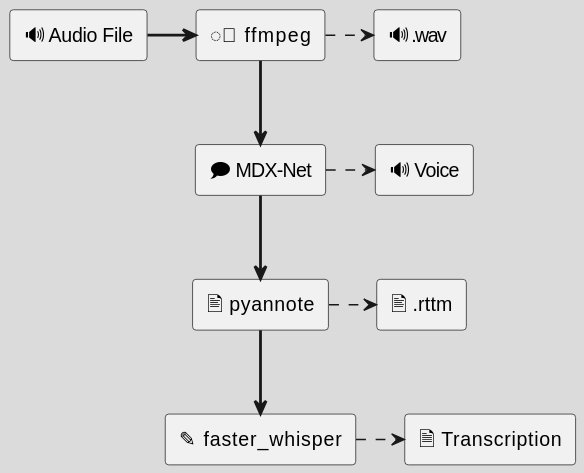
Earlier version of the PlantUML export doc/img/Architecture.svg (gaspardpetit/verbatim). The source it was exported from:
```plantuml
@startuml
skinparam classFontName Calibri
skinparam backgroundColor #D0D0D080

rectangle "🔊 Audio File" as AudioFile
rectangle "◌⃯ ffmpeg" as Conversion
rectangle "🗩 MDX-Net" as VoiceIsolation
rectangle "🖹 pyannote" as Diarization
rectangle "✎ faster_whisper" as SpeechToText
rectangle "🔊 .wav" as WaveFile
rectangle "🔊 Voice" as VoiceFile
rectangle "🖹 .rttm" as RTTMFile
rectangle "🗎 Transcription" as TranscriptionFile

AudioFile =ri=> Conversion
Conversion .ri.> WaveFile
Conversion ==> VoiceIsolation
VoiceIsolation ==> Diarization
VoiceIsolation .ri.> VoiceFile
Diarization .ri.> RTTMFile
Diarization ==> SpeechToText
SpeechToText .ri.> TranscriptionFile
@enduml
```
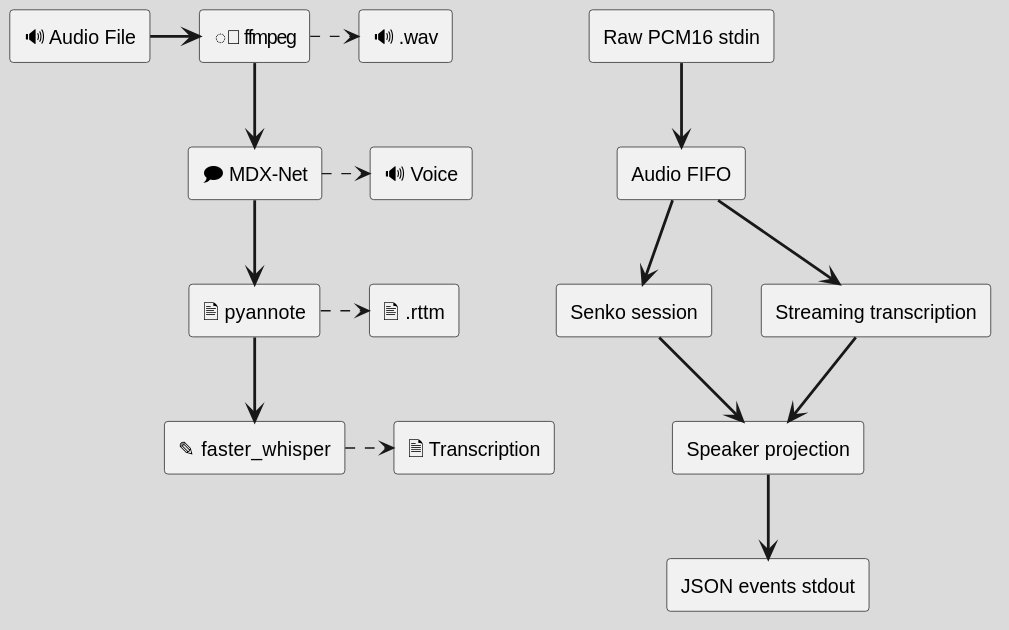
After the change.

The edit, as a diff of the source:
```diff
@@ -20,4 +20,18 @@
 Diarization .ri.> RTTMFile
 Diarization ==> SpeechToText
 SpeechToText .ri.> TranscriptionFile
+
+rectangle "Raw PCM16 stdin" as StreamInput
+rectangle "Audio FIFO" as StreamQueue
+rectangle "Senko session" as StreamDiarization
+rectangle "Streaming transcription" as StreamASR
+rectangle "Speaker projection" as StreamProjection
+rectangle "JSON events stdout" as StreamOutput
+
+StreamInput ==> StreamQueue
+StreamQueue ==> StreamDiarization
+StreamQueue ==> StreamASR
+StreamDiarization ==> StreamProjection
+StreamASR ==> StreamProjection
+StreamProjection ==> StreamOutput
 @enduml
```
